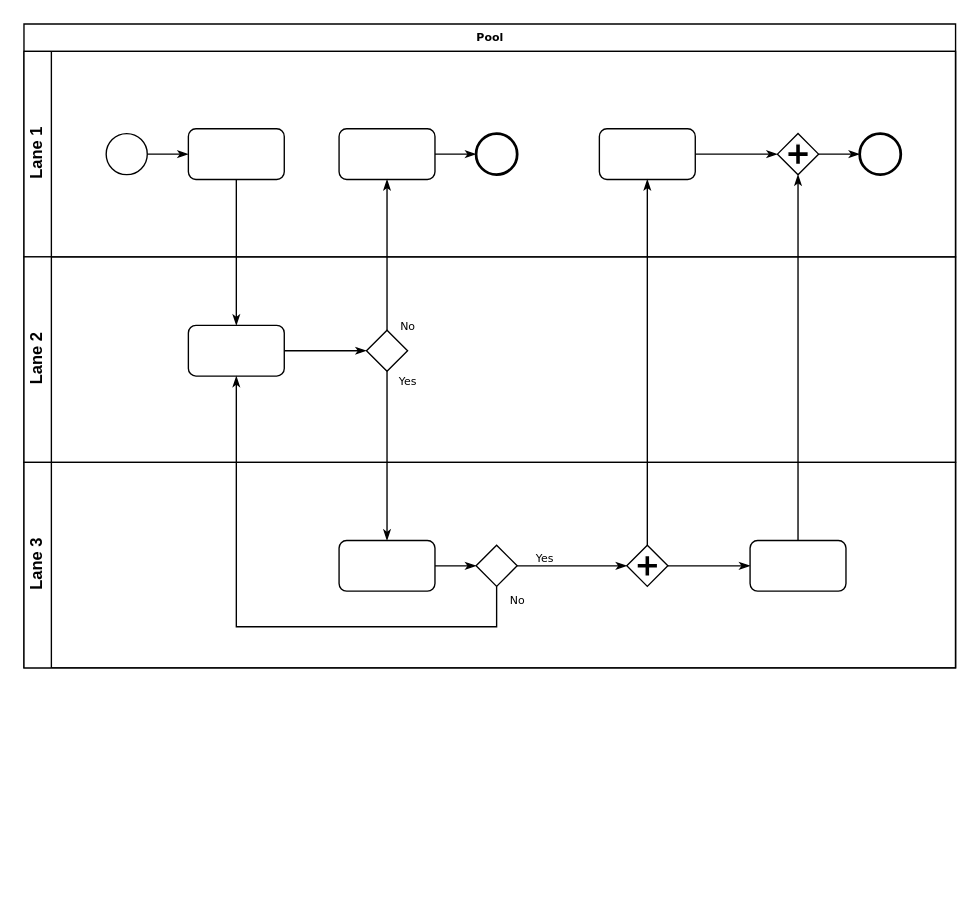
This is Untitled Diagram.drawio from YabuMasao/test, a draw.io file, before an edit. Source tidied: cells renumbered, new cells numbered last; positions are measured from the earlier drawing's top-left corner, leaving out a move shared by most shapes. Both pictures are drawn from the tidied source at 137%, with x=0, y=0 at pixel (23, 23).
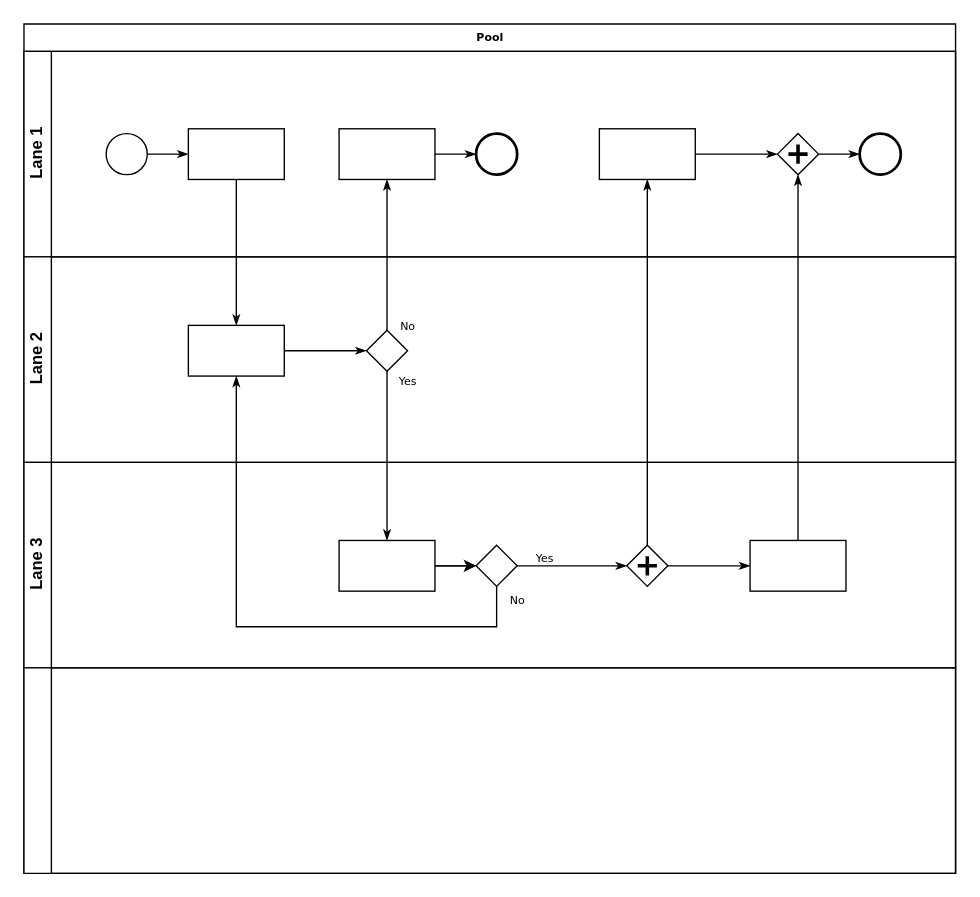
The same page after the edit.

Diff of the diagram source:
```diff
@@
     <mxCell id="2" value="Pool" style="swimlane;html=1;horizontal=1;startSize=20;rounded=0;shadow=0;labelBackgroundColor=none;strokeWidth=1;fontFamily=Verdana;fontSize=8;align=center;" parent="1" vertex="1">
-      <mxGeometry width="680" height="470" as="geometry" />
+      <mxGeometry width="680" height="620" as="geometry" />
     </mxCell>
-    <mxCell id="3" value="Lane 1" style="swimlane;html=1;startSize=20;horizontal=0;" parent="2" vertex="1">
+    <mxCell id="3" value="Lane 1" style="swimlane;html=1;startSize=20;horizontal=0;rounded=0;" parent="2" vertex="1">
       <mxGeometry y="20" width="680" height="150" as="geometry" />
     </mxCell>
@@
-    <mxCell id="6" style="rounded=1;whiteSpace=wrap;html=1;shadow=0;labelBackgroundColor=none;strokeWidth=1;fontFamily=Verdana;fontSize=8;align=center;" parent="3" vertex="1">
+    <mxCell id="6" style="rounded=0;whiteSpace=wrap;html=1;shadow=0;labelBackgroundColor=none;strokeWidth=1;fontFamily=Verdana;fontSize=8;align=center;" parent="3" vertex="1">
       <mxGeometry x="120" y="56.5" width="70" height="37" as="geometry" />
     </mxCell>
@@
-    <mxCell id="8" style="rounded=1;whiteSpace=wrap;html=1;shadow=0;labelBackgroundColor=none;strokeWidth=1;fontFamily=Verdana;fontSize=8;align=center;" parent="3" vertex="1">
+    <mxCell id="8" style="rounded=0;whiteSpace=wrap;html=1;shadow=0;labelBackgroundColor=none;strokeWidth=1;fontFamily=Verdana;fontSize=8;align=center;" parent="3" vertex="1">
       <mxGeometry x="230" y="56.5" width="70" height="37" as="geometry" />
     </mxCell>
@@
-    <mxCell id="11" style="rounded=1;whiteSpace=wrap;html=1;shadow=0;labelBackgroundColor=none;strokeWidth=1;fontFamily=Verdana;fontSize=8;align=center;" parent="3" vertex="1">
+    <mxCell id="11" style="rounded=0;whiteSpace=wrap;html=1;shadow=0;labelBackgroundColor=none;strokeWidth=1;fontFamily=Verdana;fontSize=8;align=center;" parent="3" vertex="1">
       <mxGeometry x="420" y="56.5" width="70" height="37" as="geometry" />
     </mxCell>
@@
-    <mxCell id="13" style="shape=mxgraph.bpmn.shape;html=1;verticalLabelPosition=bottom;labelBackgroundColor=#ffffff;verticalAlign=top;perimeter=rhombusPerimeter;background=gateway;outline=none;symbol=parallelGw;rounded=1;shadow=0;strokeWidth=1;fontFamily=Verdana;fontSize=8;align=center;" parent="3" vertex="1">
+    <mxCell id="13" style="shape=mxgraph.bpmn.shape;html=1;verticalLabelPosition=bottom;labelBackgroundColor=#ffffff;verticalAlign=top;perimeter=rhombusPerimeter;background=gateway;outline=none;symbol=parallelGw;rounded=0;shadow=0;strokeWidth=1;fontFamily=Verdana;fontSize=8;align=center;" parent="3" vertex="1">
       <mxGeometry x="550" y="60" width="30" height="30" as="geometry" />
     </mxCell>
@@
-    <mxCell id="15" value="Lane 2" style="swimlane;html=1;startSize=20;horizontal=0;" parent="2" vertex="1">
+    <mxCell id="15" value="Lane 2" style="swimlane;html=1;startSize=20;horizontal=0;rounded=0;" parent="2" vertex="1">
       <mxGeometry y="170" width="680" height="150" as="geometry" />
     </mxCell>
@@
-    <mxCell id="17" style="rounded=1;whiteSpace=wrap;html=1;shadow=0;labelBackgroundColor=none;strokeWidth=1;fontFamily=Verdana;fontSize=8;align=center;" parent="15" vertex="1">
+    <mxCell id="17" style="rounded=0;whiteSpace=wrap;html=1;shadow=0;labelBackgroundColor=none;strokeWidth=1;fontFamily=Verdana;fontSize=8;align=center;" parent="15" vertex="1">
       <mxGeometry x="120" y="50" width="70" height="37" as="geometry" />
     </mxCell>
-    <mxCell id="18" style="strokeWidth=1;html=1;shape=mxgraph.flowchart.decision;whiteSpace=wrap;rounded=1;shadow=0;labelBackgroundColor=none;fontFamily=Verdana;fontSize=8;align=center;" parent="15" vertex="1">
+    <mxCell id="18" style="strokeWidth=1;html=1;shape=mxgraph.flowchart.decision;whiteSpace=wrap;rounded=0;shadow=0;labelBackgroundColor=none;fontFamily=Verdana;fontSize=8;align=center;" parent="15" vertex="1">
       <mxGeometry x="250" y="53.5" width="30" height="30" as="geometry" />
     </mxCell>
-    <mxCell id="19" value="Lane 3" style="swimlane;html=1;startSize=20;horizontal=0;" parent="2" vertex="1">
+    <mxCell id="19" value="Lane 3" style="swimlane;html=1;startSize=20;horizontal=0;rounded=0;" parent="2" vertex="1">
       <mxGeometry y="320" width="680" height="150" as="geometry" />
     </mxCell>
@@
+    <mxCell id="33" style="edgeStyle=orthogonalEdgeStyle;rounded=0;jettySize=auto;html=1;" parent="19" edge="1" source="21" target="23">
+      <mxGeometry relative="1" as="geometry" />
+    </mxCell>
-    <mxCell id="21" style="rounded=1;whiteSpace=wrap;html=1;shadow=0;labelBackgroundColor=none;strokeWidth=1;fontFamily=Verdana;fontSize=8;align=center;" parent="19" vertex="1">
+    <mxCell id="21" style="rounded=0;whiteSpace=wrap;html=1;shadow=0;labelBackgroundColor=none;strokeWidth=1;fontFamily=Verdana;fontSize=8;align=center;" parent="19" vertex="1">
       <mxGeometry x="230" y="57" width="70" height="37" as="geometry" />
     </mxCell>
@@
-    <mxCell id="23" style="strokeWidth=1;html=1;shape=mxgraph.flowchart.decision;whiteSpace=wrap;rounded=1;shadow=0;labelBackgroundColor=none;fontFamily=Verdana;fontSize=8;align=center;" parent="19" vertex="1">
+    <mxCell id="23" style="strokeWidth=1;html=1;shape=mxgraph.flowchart.decision;whiteSpace=wrap;rounded=0;shadow=0;labelBackgroundColor=none;fontFamily=Verdana;fontSize=8;align=center;" parent="19" vertex="1">
       <mxGeometry x="330" y="60.5" width="30" height="30" as="geometry" />
     </mxCell>
@@
-    <mxCell id="25" style="shape=mxgraph.bpmn.shape;html=1;verticalLabelPosition=bottom;labelBackgroundColor=#ffffff;verticalAlign=top;perimeter=rhombusPerimeter;background=gateway;outline=none;symbol=parallelGw;rounded=1;shadow=0;strokeWidth=1;fontFamily=Verdana;fontSize=8;align=center;" parent="19" vertex="1">
+    <mxCell id="25" style="shape=mxgraph.bpmn.shape;html=1;verticalLabelPosition=bottom;labelBackgroundColor=#ffffff;verticalAlign=top;perimeter=rhombusPerimeter;background=gateway;outline=none;symbol=parallelGw;rounded=0;shadow=0;strokeWidth=1;fontFamily=Verdana;fontSize=8;align=center;" parent="19" vertex="1">
       <mxGeometry x="440" y="60.5" width="30" height="30" as="geometry" />
     </mxCell>
-    <mxCell id="26" style="rounded=1;whiteSpace=wrap;html=1;shadow=0;labelBackgroundColor=none;strokeWidth=1;fontFamily=Verdana;fontSize=8;align=center;" parent="19" vertex="1">
+    <mxCell id="26" style="rounded=0;whiteSpace=wrap;html=1;shadow=0;labelBackgroundColor=none;strokeWidth=1;fontFamily=Verdana;fontSize=8;align=center;" parent="19" vertex="1">
       <mxGeometry x="530" y="57" width="70" height="37" as="geometry" />
     </mxCell>
+    <mxCell id="34" style="swimlane;html=1;startSize=20;horizontal=0;rounded=0;" parent="2" vertex="1">
+      <mxGeometry y="470" width="680" height="150" as="geometry" />
+    </mxCell>
@@
-    <mxCell id="30" style="edgeStyle=orthogonalEdgeStyle;rounded=0;html=1;entryX=0.5;entryY=1;labelBackgroundColor=none;startArrow=none;startFill=0;startSize=5;endArrow=classicThin;endFill=1;endSize=5;jettySize=auto;strokeWidth=1;fontFamily=Verdana;fontSize=8;" parent="2" edge="1" source="26" target="13">
+    <mxCell id="30" style="edgeStyle=orthogonalEdgeStyle;rounded=0;html=1;labelBackgroundColor=none;startArrow=none;startFill=0;startSize=5;endArrow=classicThin;endFill=1;endSize=5;jettySize=auto;strokeWidth=1;fontFamily=Verdana;fontSize=8;entryX=0.5;entryY=1;entryDx=0;entryDy=0;" parent="2" edge="1" source="26" target="13">
       <mxGeometry relative="1" as="geometry" />
     </mxCell>
```
